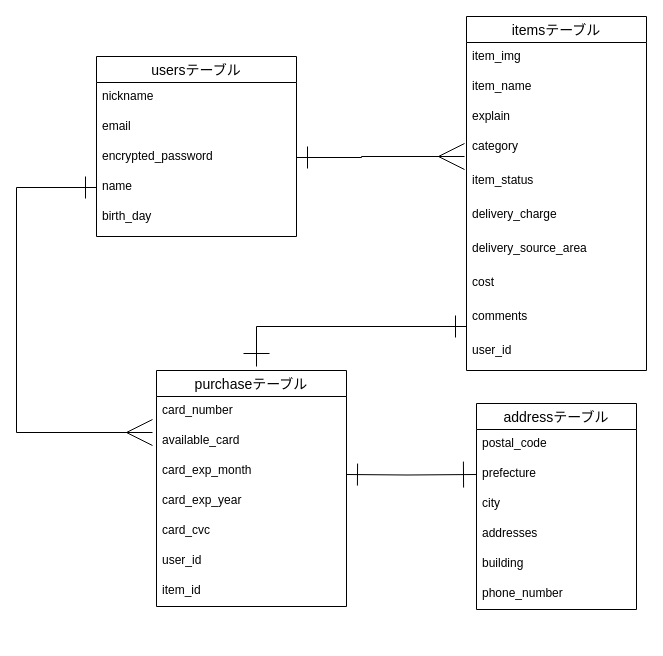
The draw.io diagram furima.dio in daior1005/furima-35843, before the edit. Source tidied: cells renumbered, new cells numbered last; positions are measured from the earlier drawing's top-left corner, leaving out a move shared by most shapes. Both pictures are drawn from the tidied source at 100%, with x=0, y=0 at pixel (16, 16).
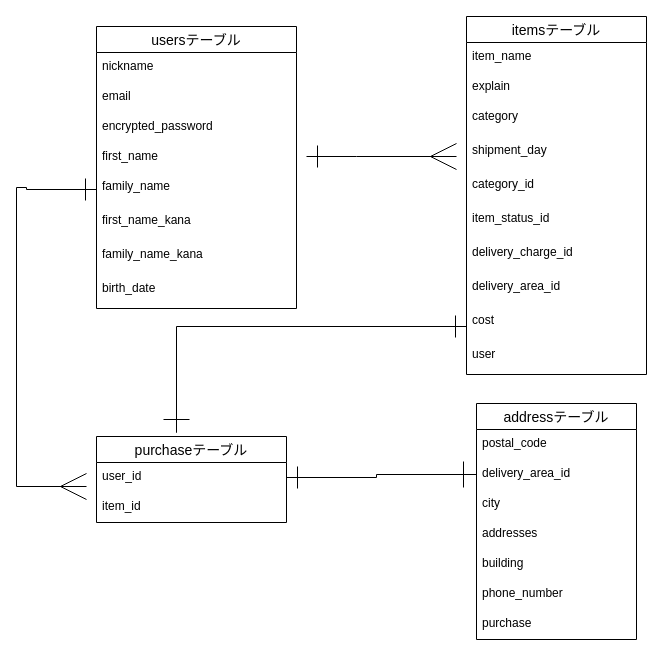
The same diagram, later.

The change refers to these unchanged cells:
```xml
<mxCell id="5" value="encrypted_password" style="text;strokeColor=none;fillColor=none;spacingLeft=4;spacingRight=4;overflow=hidden;points=[[0,0.5],[1,0.5]];portConstraint=eastwest;fontSize=12;" parent="2" vertex="1">
  <mxGeometry y="86" width="200" height="30" as="geometry" />
</mxCell>
```

Diff of the diagram source:
```diff
@@
     <mxCell id="2" value="usersテーブル" style="swimlane;fontStyle=0;horizontal=1;startSize=26;align=center;fontSize=14;" parent="1" vertex="1">
-      <mxGeometry x="80" y="40" width="200" height="180" as="geometry" />
+      <mxGeometry x="80" y="10" width="200" height="282" as="geometry" />
     </mxCell>
@@
-    <mxCell id="6" value="name" style="text;strokeColor=none;fillColor=none;spacingLeft=4;spacingRight=4;overflow=hidden;points=[[0,0.5],[1,0.5]];portConstraint=eastwest;fontSize=12;" parent="2" vertex="1">
+    <mxCell id="6" value="first_name" style="text;strokeColor=none;fillColor=none;spacingLeft=4;spacingRight=4;overflow=hidden;points=[[0,0.5],[1,0.5]];portConstraint=eastwest;fontSize=12;" parent="2" vertex="1">
       <mxGeometry y="116" width="200" height="30" as="geometry" />
     </mxCell>
+    <mxCell id="38" value="family_name" style="text;strokeColor=none;fillColor=none;spacingLeft=4;spacingRight=4;overflow=hidden;points=[[0,0.5],[1,0.5]];portConstraint=eastwest;fontSize=12;" parent="2" vertex="1">
+      <mxGeometry y="146" width="200" height="34" as="geometry" />
+    </mxCell>
+    <mxCell id="39" value="first_name_kana" style="text;strokeColor=none;fillColor=none;spacingLeft=4;spacingRight=4;overflow=hidden;fontSize=12;" parent="2" vertex="1">
+      <mxGeometry y="180" width="200" height="34" as="geometry" />
+    </mxCell>
+    <mxCell id="40" value="family_name_kana" style="text;strokeColor=none;fillColor=none;spacingLeft=4;spacingRight=4;overflow=hidden;fontSize=12;" parent="2" vertex="1">
+      <mxGeometry y="214" width="200" height="34" as="geometry" />
+    </mxCell>
-    <mxCell id="7" value="birth_day" style="text;strokeColor=none;fillColor=none;spacingLeft=4;spacingRight=4;overflow=hidden;fontSize=12;" parent="2" vertex="1">
-      <mxGeometry y="146" width="200" height="34" as="geometry" />
+    <mxCell id="7" value="birth_date" style="text;strokeColor=none;fillColor=none;spacingLeft=4;spacingRight=4;overflow=hidden;fontSize=12;" parent="2" vertex="1">
+      <mxGeometry y="248" width="200" height="34" as="geometry" />
     </mxCell>
     <mxCell id="8" value="itemsテーブル" style="swimlane;fontStyle=0;horizontal=1;startSize=26;align=center;fontSize=14;" parent="1" vertex="1">
-      <mxGeometry x="450" width="180" height="354" as="geometry" />
+      <mxGeometry x="450" width="180" height="358" as="geometry" />
     </mxCell>
-    <mxCell id="9" value="item_img" style="text;strokeColor=none;fillColor=none;spacingLeft=4;spacingRight=4;overflow=hidden;fontSize=12;" parent="8" vertex="1">
-      <mxGeometry y="26" width="180" height="30" as="geometry" />
-    </mxCell>
     <mxCell id="10" value="item_name" style="text;strokeColor=none;fillColor=none;spacingLeft=4;spacingRight=4;overflow=hidden;fontSize=12;" parent="8" vertex="1">
-      <mxGeometry y="56" width="180" height="30" as="geometry" />
+      <mxGeometry y="26" width="180" height="30" as="geometry" />
     </mxCell>
     <mxCell id="11" value="explain" style="text;strokeColor=none;fillColor=none;spacingLeft=4;spacingRight=4;overflow=hidden;fontSize=12;" parent="8" vertex="1">
-      <mxGeometry y="86" width="180" height="30" as="geometry" />
+      <mxGeometry y="56" width="180" height="30" as="geometry" />
     </mxCell>
     <mxCell id="12" value="category" style="text;strokeColor=none;fillColor=none;spacingLeft=4;spacingRight=4;overflow=hidden;points=[[0,0.5],[1,0.5]];portConstraint=eastwest;fontSize=12;" parent="8" vertex="1">
-      <mxGeometry y="116" width="180" height="34" as="geometry" />
+      <mxGeometry y="86" width="180" height="34" as="geometry" />
     </mxCell>
-    <mxCell id="13" value="item_status" style="text;strokeColor=none;fillColor=none;spacingLeft=4;spacingRight=4;overflow=hidden;fontSize=12;" parent="8" vertex="1">
-      <mxGeometry y="150" width="180" height="34" as="geometry" />
+    <mxCell id="13" value="shipment_day" style="text;strokeColor=none;fillColor=none;spacingLeft=4;spacingRight=4;overflow=hidden;fontSize=12;" parent="8" vertex="1">
+      <mxGeometry y="120" width="180" height="34" as="geometry" />
     </mxCell>
-    <mxCell id="14" value="delivery_charge" style="text;strokeColor=none;fillColor=none;spacingLeft=4;spacingRight=4;overflow=hidden;fontSize=12;" parent="8" vertex="1">
-      <mxGeometry y="184" width="180" height="34" as="geometry" />
+    <mxCell id="14" value="category_id" style="text;strokeColor=none;fillColor=none;spacingLeft=4;spacingRight=4;overflow=hidden;fontSize=12;" parent="8" vertex="1">
+      <mxGeometry y="154" width="180" height="34" as="geometry" />
     </mxCell>
-    <mxCell id="15" value="delivery_source_area" style="text;strokeColor=none;fillColor=none;spacingLeft=4;spacingRight=4;overflow=hidden;fontSize=12;" parent="8" vertex="1">
-      <mxGeometry y="218" width="180" height="34" as="geometry" />
+    <mxCell id="15" value="item_status_id" style="text;strokeColor=none;fillColor=none;spacingLeft=4;spacingRight=4;overflow=hidden;fontSize=12;" parent="8" vertex="1">
+      <mxGeometry y="188" width="180" height="34" as="geometry" />
     </mxCell>
-    <mxCell id="16" value="cost" style="text;strokeColor=none;fillColor=none;spacingLeft=4;spacingRight=4;overflow=hidden;fontSize=12;" parent="8" vertex="1">
-      <mxGeometry y="252" width="180" height="34" as="geometry" />
+    <mxCell id="16" value="delivery_charge_id" style="text;strokeColor=none;fillColor=none;spacingLeft=4;spacingRight=4;overflow=hidden;fontSize=12;" parent="8" vertex="1">
+      <mxGeometry y="222" width="180" height="34" as="geometry" />
     </mxCell>
-    <mxCell id="17" value="comments" style="text;strokeColor=none;fillColor=none;spacingLeft=4;spacingRight=4;overflow=hidden;fontSize=12;" parent="8" vertex="1">
-      <mxGeometry y="286" width="180" height="34" as="geometry" />
+    <mxCell id="17" value="delivery_area_id" style="text;strokeColor=none;fillColor=none;spacingLeft=4;spacingRight=4;overflow=hidden;fontSize=12;" parent="8" vertex="1">
+      <mxGeometry y="256" width="180" height="34" as="geometry" />
     </mxCell>
+    <mxCell id="41" value="cost" style="text;strokeColor=none;fillColor=none;spacingLeft=4;spacingRight=4;overflow=hidden;fontSize=12;" parent="8" vertex="1">
+      <mxGeometry y="290" width="180" height="34" as="geometry" />
+    </mxCell>
-    <mxCell id="18" value="user_id" style="text;strokeColor=none;fillColor=none;spacingLeft=4;spacingRight=4;overflow=hidden;fontSize=12;" parent="8" vertex="1">
-      <mxGeometry y="320" width="180" height="34" as="geometry" />
+    <mxCell id="18" value="user" style="text;strokeColor=none;fillColor=none;spacingLeft=4;spacingRight=4;overflow=hidden;fontSize=12;" parent="8" vertex="1">
+      <mxGeometry y="324" width="180" height="34" as="geometry" />
     </mxCell>
     <mxCell id="19" value="purchaseテーブル" style="swimlane;fontStyle=0;horizontal=1;startSize=26;align=center;fontSize=14;" parent="1" vertex="1">
-      <mxGeometry x="140" y="354" width="190" height="236" as="geometry" />
+      <mxGeometry x="80" y="420" width="190" height="86" as="geometry" />
     </mxCell>
-    <mxCell id="20" value="card_number" style="text;strokeColor=none;fillColor=none;spacingLeft=4;spacingRight=4;overflow=hidden;fontSize=12;" parent="19" vertex="1">
-      <mxGeometry y="26" width="190" height="30" as="geometry" />
-    </mxCell>
-    <mxCell id="21" value="available_card&#10;" style="text;strokeColor=none;fillColor=none;spacingLeft=4;spacingRight=4;overflow=hidden;points=[[0,0.5],[1,0.5]];portConstraint=eastwest;fontSize=12;" parent="19" vertex="1">
-      <mxGeometry y="56" width="190" height="30" as="geometry" />
-    </mxCell>
-    <mxCell id="22" value="card_exp_month" style="text;strokeColor=none;fillColor=none;spacingLeft=4;spacingRight=4;overflow=hidden;fontSize=12;" parent="19" vertex="1">
-      <mxGeometry y="86" width="190" height="30" as="geometry" />
-    </mxCell>
-    <mxCell id="23" value="card_exp_year" style="text;strokeColor=none;fillColor=none;spacingLeft=4;spacingRight=4;overflow=hidden;fontSize=12;" parent="19" vertex="1">
-      <mxGeometry y="116" width="190" height="30" as="geometry" />
-    </mxCell>
-    <mxCell id="24" value="card_cvc" style="text;strokeColor=none;fillColor=none;spacingLeft=4;spacingRight=4;overflow=hidden;fontSize=12;" parent="19" vertex="1">
-      <mxGeometry y="146" width="190" height="30" as="geometry" />
-    </mxCell>
     <mxCell id="25" value="user_id" style="text;strokeColor=none;fillColor=none;spacingLeft=4;spacingRight=4;overflow=hidden;points=[[0,0.5],[1,0.5]];portConstraint=eastwest;fontSize=12;" parent="19" vertex="1">
-      <mxGeometry y="176" width="190" height="30" as="geometry" />
+      <mxGeometry y="26" width="190" height="30" as="geometry" />
     </mxCell>
     <mxCell id="26" value="item_id" style="text;strokeColor=none;fillColor=none;spacingLeft=4;spacingRight=4;overflow=hidden;fontSize=12;" parent="19" vertex="1">
-      <mxGeometry y="206" width="190" height="30" as="geometry" />
+      <mxGeometry y="56" width="190" height="30" as="geometry" />
     </mxCell>
-    <mxCell id="27" style="edgeStyle=orthogonalEdgeStyle;rounded=0;jettySize=auto;html=1;endArrow=ERmany;endFill=0;startArrow=ERone;startFill=0;endSize=24;startSize=20;entryX=-0.011;entryY=0.706;entryDx=0;entryDy=0;entryPerimeter=0;" parent="1" edge="1" source="5" target="12">
+    <mxCell id="27" style="edgeStyle=orthogonalEdgeStyle;rounded=0;orthogonalLoop=1;jettySize=auto;html=1;endArrow=ERmany;endFill=0;startArrow=ERone;startFill=0;endSize=24;startSize=20;" parent="1" edge="1">
       <mxGeometry relative="1" as="geometry">
+        <mxPoint x="290" y="140" as="sourcePoint" />
+        <mxPoint x="440" y="140" as="targetPoint" />
         <Array as="points">
-          <mxPoint x="345" y="141" />
-          <mxPoint x="345" y="140" />
+          <mxPoint x="340" y="140" />
+          <mxPoint x="340" y="140" />
         </Array>
       </mxGeometry>
     </mxCell>
     <mxCell id="28" value="addressテーブル" style="swimlane;fontStyle=0;horizontal=1;startSize=26;align=center;fontSize=14;" parent="1" vertex="1">
-      <mxGeometry x="460" y="387" width="160" height="206" as="geometry" />
+      <mxGeometry x="460" y="387" width="160" height="236" as="geometry" />
     </mxCell>
@@
-    <mxCell id="30" value="prefecture" style="text;strokeColor=none;fillColor=none;spacingLeft=4;spacingRight=4;overflow=hidden;points=[[0,0.5],[1,0.5]];portConstraint=eastwest;fontSize=12;" parent="28" vertex="1">
+    <mxCell id="30" value="delivery_area_id" style="text;strokeColor=none;fillColor=none;spacingLeft=4;spacingRight=4;overflow=hidden;points=[[0,0.5],[1,0.5]];portConstraint=eastwest;fontSize=12;" parent="28" vertex="1">
       <mxGeometry y="56" width="160" height="30" as="geometry" />
     </mxCell>
@@
+    <mxCell id="42" value="phone_number" style="text;strokeColor=none;fillColor=none;spacingLeft=4;spacingRight=4;overflow=hidden;fontSize=12;" parent="28" vertex="1">
+      <mxGeometry y="176" width="160" height="30" as="geometry" />
+    </mxCell>
-    <mxCell id="34" value="phone_number" style="text;strokeColor=none;fillColor=none;spacingLeft=4;spacingRight=4;overflow=hidden;fontSize=12;" parent="28" vertex="1">
-      <mxGeometry y="176" width="160" height="30" as="geometry" />
+    <mxCell id="34" value="purchase" style="text;strokeColor=none;fillColor=none;spacingLeft=4;spacingRight=4;overflow=hidden;fontSize=12;" parent="28" vertex="1">
+      <mxGeometry y="206" width="160" height="30" as="geometry" />
     </mxCell>
-    <mxCell id="35" style="edgeStyle=orthogonalEdgeStyle;rounded=0;jettySize=auto;html=1;startArrow=ERone;startFill=0;endArrow=ERmany;endFill=0;startSize=20;endSize=24;entryX=-0.021;entryY=0.2;entryDx=0;entryDy=0;entryPerimeter=0;" parent="1" edge="1" source="6" target="21">
+    <mxCell id="35" style="edgeStyle=orthogonalEdgeStyle;rounded=0;jettySize=auto;html=1;startArrow=ERone;startFill=0;endArrow=ERmany;endFill=0;startSize=20;endSize=24;exitX=0;exitY=0.5;exitDx=0;exitDy=0;" parent="1" edge="1" source="38">
       <mxGeometry relative="1" as="geometry">
+        <mxPoint x="70" y="470" as="targetPoint" />
         <Array as="points">
+          <mxPoint x="10" y="173" />
+          <mxPoint x="10" y="171" />
           <mxPoint y="171" />
-          <mxPoint y="416" />
+          <mxPoint y="470" />
         </Array>
       </mxGeometry>
     </mxCell>
-    <mxCell id="36" style="edgeStyle=orthogonalEdgeStyle;rounded=0;jettySize=auto;html=1;entryX=0;entryY=0.5;entryDx=0;entryDy=0;startArrow=ERone;startFill=0;endArrow=ERone;endFill=0;startSize=20;endSize=24;" parent="1" edge="1" target="30">
+    <mxCell id="36" style="edgeStyle=orthogonalEdgeStyle;rounded=0;jettySize=auto;html=1;entryX=0;entryY=0.5;entryDx=0;entryDy=0;startArrow=ERone;startFill=0;endArrow=ERone;endFill=0;startSize=20;endSize=24;exitX=1;exitY=0.5;exitDx=0;exitDy=0;" parent="1" edge="1" source="25" target="30">
       <mxGeometry relative="1" as="geometry">
-        <mxPoint x="330" y="458" as="sourcePoint" />
+        <Array as="points">
+          <mxPoint x="360" y="461" />
+          <mxPoint x="360" y="458" />
+        </Array>
       </mxGeometry>
     </mxCell>
     <mxCell id="37" style="edgeStyle=orthogonalEdgeStyle;rounded=0;orthogonalLoop=1;jettySize=auto;html=1;startArrow=ERone;startFill=0;endArrow=ERone;endFill=0;startSize=20;endSize=24;" parent="1" edge="1">
       <mxGeometry relative="1" as="geometry">
         <mxPoint x="450" y="310" as="sourcePoint" />
-        <mxPoint x="240" y="350" as="targetPoint" />
+        <mxPoint x="160" y="390" as="targetPoint" />
         <Array as="points">
-          <mxPoint x="240" y="310" />
+          <mxPoint x="160" y="310" />
+          <mxPoint x="160" y="416" />
         </Array>
       </mxGeometry>
     </mxCell>
```
